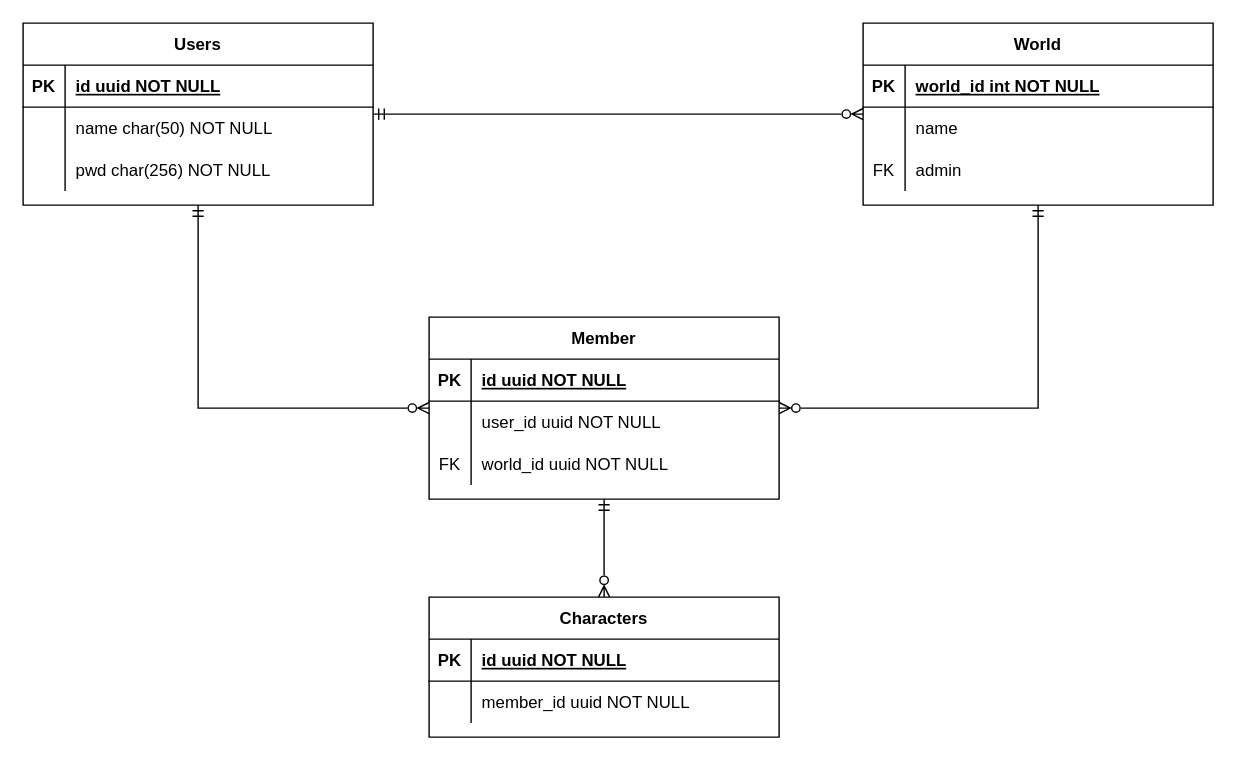
Earlier version of the draw.io diagram Untitled Diagram.drawio (C4RN1V0R/dnd-navigator). Source tidied: cells renumbered, new cells numbered last; positions are measured from the earlier drawing's top-left corner, leaving out a move shared by most shapes. Both pictures are drawn from the tidied source at 140%, with x=0, y=0 at pixel (22, 22).
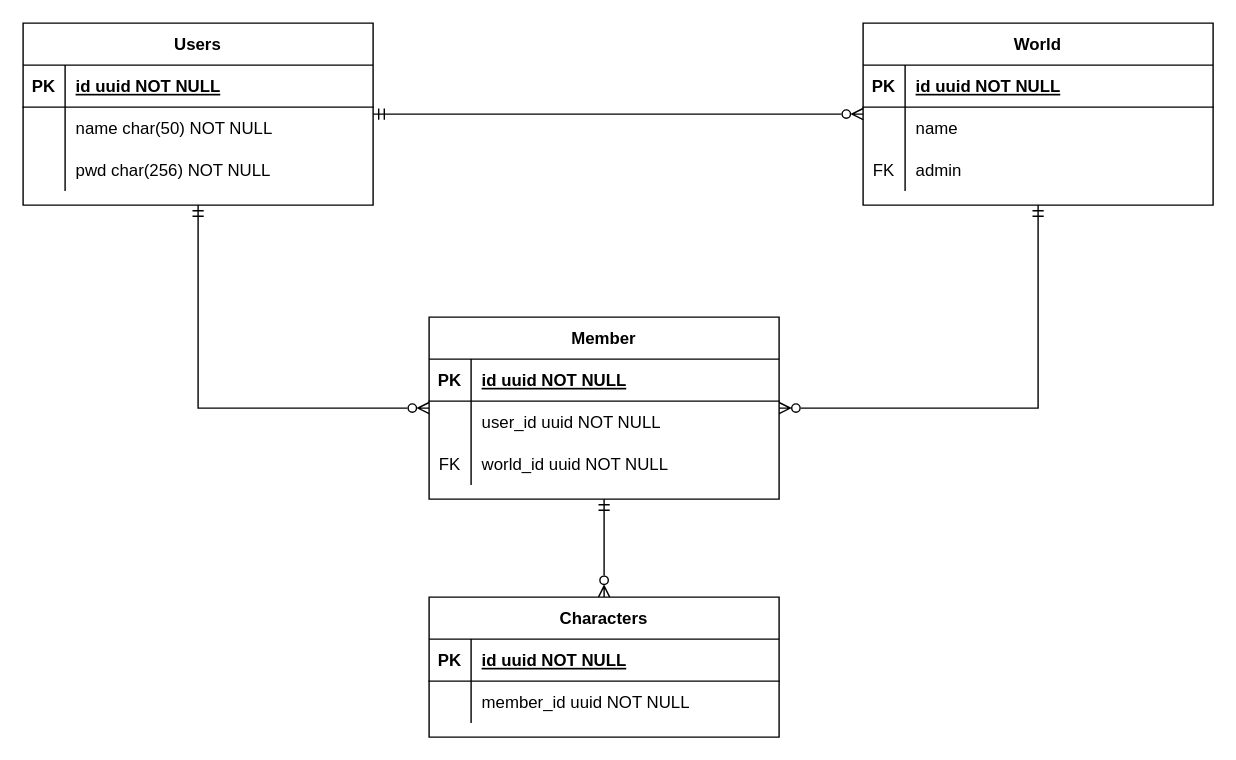
Above is the later version.

The change refers to these unchanged cells:
```xml
<mxCell id="21" style="shape=partialRectangle;fillColor=none;top=0;left=0;right=0;bottom=1;" parent="20" vertex="1">
  <mxGeometry y="30" width="250" height="30" as="geometry" />
</mxCell>
```

The edit, as a diff of the source:
```diff
@@
-    <mxCell id="23" value="world_id int NOT NULL " style="shape=partialRectangle;overflow=hidden;fillColor=none;top=0;left=0;bottom=0;right=0;align=left;spacingLeft=6;fontStyle=5;" parent="21" vertex="1">
+    <mxCell id="23" value="id uuid NOT NULL " style="shape=partialRectangle;overflow=hidden;fillColor=none;top=0;left=0;bottom=0;right=0;align=left;spacingLeft=6;fontStyle=5;" parent="21" vertex="1">
       <mxGeometry x="30" width="220" height="30" as="geometry" />
     </mxCell>
```
